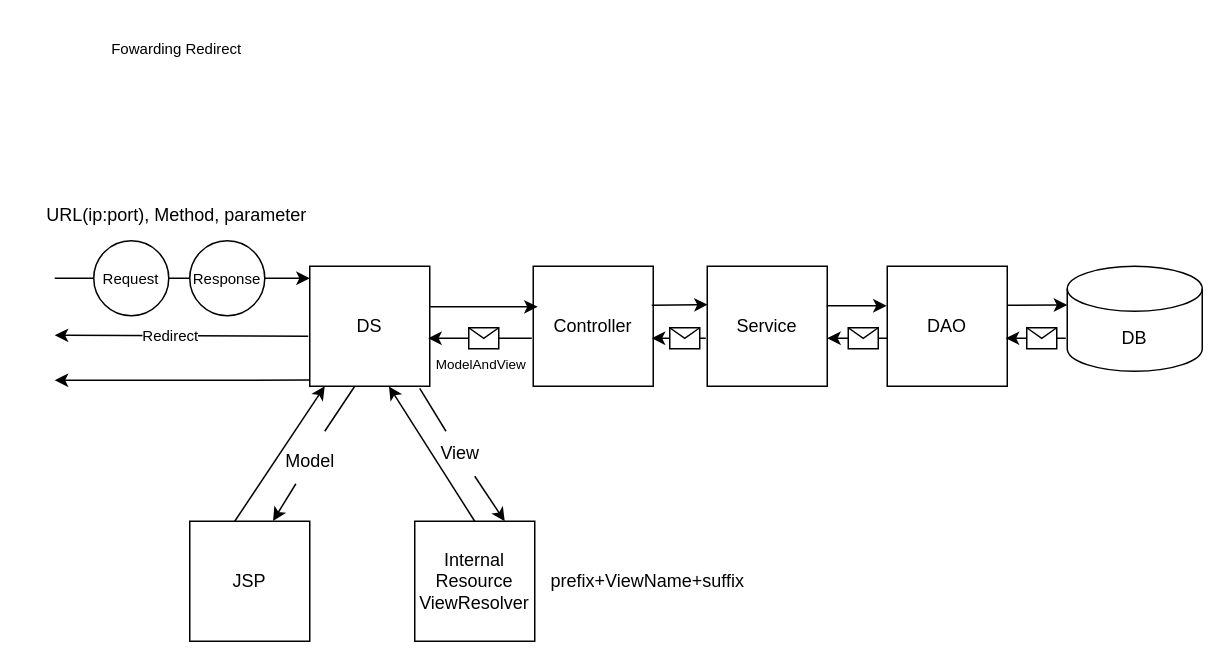
This is page "페이지-1" (1 of 2) of 제목 없는 다이어그램.drawio from zinny912/GDJ60_Spring2, a draw.io file, before an edit. Source tidied: cells renumbered, new cells numbered last; positions are measured from the earlier drawing's top-left corner, leaving out a move shared by most shapes. Both pictures are drawn from the tidied source at 150%, with x=0, y=0 at pixel (26, 26).
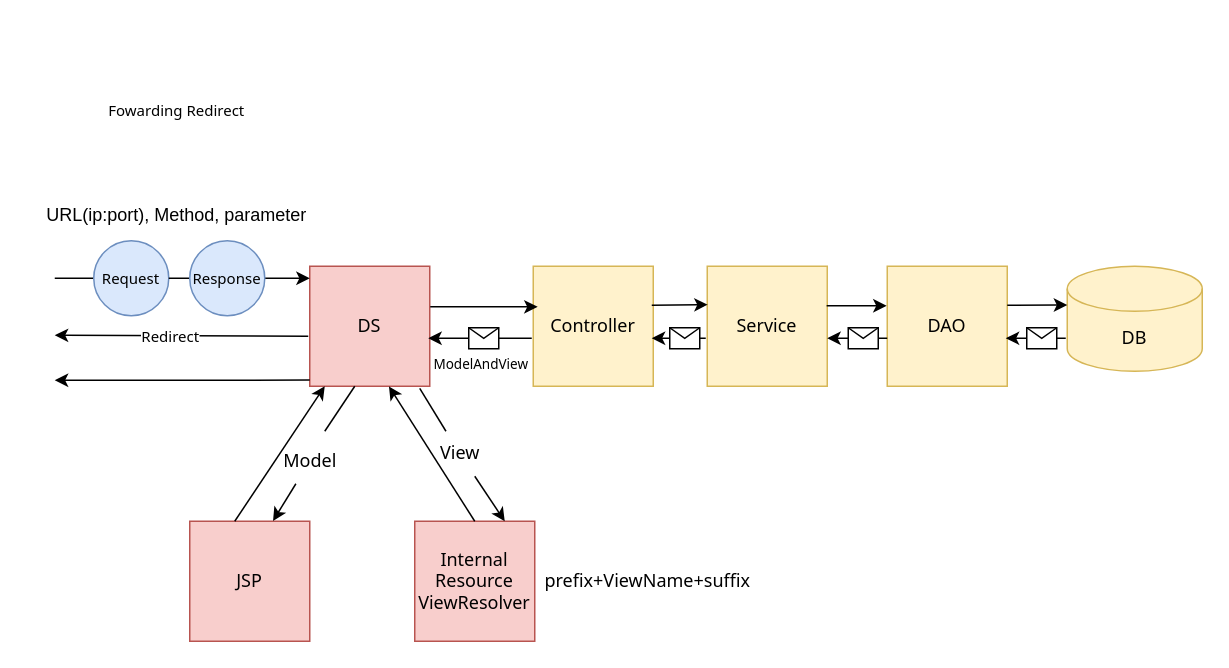
The same page after the edit.

Commit message:
제목 없는 다이어그램.drawio 업데이트

Change to the diagram source:
```diff
@@
-    <mxCell id="2" value="DB" style="shape=cylinder3;whiteSpace=wrap;html=1;boundedLbl=1;backgroundOutline=1;size=15;" parent="1" vertex="1">
+    <mxCell id="2" value="DB" style="shape=cylinder3;whiteSpace=wrap;html=1;boundedLbl=1;backgroundOutline=1;size=15;fillColor=#fff2cc;strokeColor=#d6b656;fontFamily=Tahoma;fontColor=#000000;" parent="1" vertex="1">
       <mxGeometry x="694" y="160" width="90" height="70" as="geometry" />
     </mxCell>
-    <mxCell id="3" value="DAO" style="whiteSpace=wrap;html=1;" parent="1" vertex="1">
+    <mxCell id="3" value="DAO" style="whiteSpace=wrap;html=1;fillColor=#fff2cc;strokeColor=#d6b656;fontFamily=Tahoma;fontColor=#000000;" parent="1" vertex="1">
       <mxGeometry x="574" y="160" width="80" height="80" as="geometry" />
     </mxCell>
-    <mxCell id="4" value="Service" style="whiteSpace=wrap;html=1;" parent="1" vertex="1">
+    <mxCell id="4" value="Service" style="whiteSpace=wrap;html=1;fillColor=#fff2cc;strokeColor=#d6b656;fontFamily=Tahoma;fontColor=#000000;" parent="1" vertex="1">
       <mxGeometry x="454" y="160" width="80" height="80" as="geometry" />
     </mxCell>
-    <mxCell id="5" value="Controller" style="whiteSpace=wrap;html=1;" parent="1" vertex="1">
+    <mxCell id="5" value="Controller" style="whiteSpace=wrap;html=1;fillColor=#fff2cc;strokeColor=#d6b656;fontFamily=Tahoma;fontColor=#000000;" parent="1" vertex="1">
       <mxGeometry x="338" y="160" width="80" height="80" as="geometry" />
     </mxCell>
-    <mxCell id="6" value="JSP" style="whiteSpace=wrap;html=1;" parent="1" vertex="1">
+    <mxCell id="6" value="JSP" style="whiteSpace=wrap;html=1;fillColor=#f8cecc;strokeColor=#b85450;fontFamily=Tahoma;fontColor=#000000;" parent="1" vertex="1">
       <mxGeometry x="109" y="330" width="80" height="80" as="geometry" />
     </mxCell>
-    <mxCell id="7" value="DS" style="whiteSpace=wrap;html=1;" parent="1" vertex="1">
+    <mxCell id="7" value="DS" style="whiteSpace=wrap;html=1;fillColor=#f8cecc;strokeColor=#b85450;fontFamily=Tahoma;fontColor=#000000;" parent="1" vertex="1">
       <mxGeometry x="189" y="160" width="80" height="80" as="geometry" />
     </mxCell>
-    <mxCell id="8" value="Internal&lt;br&gt;Resource&lt;br&gt;ViewResolver" style="whiteSpace=wrap;html=1;" parent="1" vertex="1">
+    <mxCell id="8" value="Internal&lt;br&gt;Resource&lt;br&gt;ViewResolver" style="whiteSpace=wrap;html=1;fillColor=#f8cecc;strokeColor=#b85450;fontFamily=Tahoma;fontColor=#000000;" parent="1" vertex="1">
       <mxGeometry x="259" y="330" width="80" height="80" as="geometry" />
     </mxCell>
-    <mxCell id="9" style="endArrow=classic;html=1;rounded=0;entryX=0.004;entryY=0.32;entryDx=0;entryDy=0;entryPerimeter=0;" parent="1" edge="1" target="4">
+    <mxCell id="9" style="endArrow=classic;html=1;rounded=0;entryX=0.004;entryY=0.32;entryDx=0;entryDy=0;entryPerimeter=0;fontFamily=Tahoma;fontColor=#000000;" parent="1" edge="1" target="4">
       <mxGeometry relative="1" as="geometry">
         <mxPoint x="417" y="186" as="sourcePoint" />
       </mxGeometry>
     </mxCell>
-    <mxCell id="10" style="endArrow=classic;html=1;rounded=0;entryX=-0.005;entryY=0.329;entryDx=0;entryDy=0;entryPerimeter=0;exitX=0.995;exitY=0.329;exitDx=0;exitDy=0;exitPerimeter=0;" parent="1" edge="1" source="4" target="3">
+    <mxCell id="10" style="endArrow=classic;html=1;rounded=0;entryX=-0.005;entryY=0.329;entryDx=0;entryDy=0;entryPerimeter=0;exitX=0.995;exitY=0.329;exitDx=0;exitDy=0;exitPerimeter=0;fontFamily=Tahoma;fontColor=#000000;" parent="1" edge="1" source="4" target="3">
       <mxGeometry relative="1" as="geometry" />
     </mxCell>
-    <mxCell id="11" style="endArrow=classic;html=1;rounded=0;" parent="1" edge="1">
+    <mxCell id="11" style="endArrow=classic;html=1;rounded=0;fontFamily=Tahoma;fontColor=#000000;" parent="1" edge="1">
       <mxGeometry relative="1" as="geometry">
         <mxPoint x="654" y="186" as="sourcePoint" />
         <mxPoint x="694" y="185.8" as="targetPoint" />
       </mxGeometry>
     </mxCell>
-    <mxCell id="12" style="endArrow=classic;html=1;rounded=0;" parent="1" edge="1">
+    <mxCell id="12" style="endArrow=classic;html=1;rounded=0;fontFamily=Tahoma;fontColor=#000000;" parent="1" edge="1">
       <mxGeometry relative="1" as="geometry">
         <mxPoint x="693" y="208" as="sourcePoint" />
         <mxPoint x="653" y="208" as="targetPoint" />
         <Array as="points">
           <mxPoint x="693" y="208" />
         </Array>
       </mxGeometry>
     </mxCell>
-    <mxCell id="13" style="shape=message;html=1;" parent="12" vertex="1">
+    <mxCell id="13" style="shape=message;html=1;fontFamily=Tahoma;fontColor=#000000;" parent="12" vertex="1">
       <mxGeometry width="20" height="14" relative="1" as="geometry">
         <mxPoint x="-6" y="-7" as="offset" />
       </mxGeometry>
     </mxCell>
-    <mxCell id="14" style="endArrow=classic;html=1;rounded=0;" parent="1" edge="1">
+    <mxCell id="14" style="endArrow=classic;html=1;rounded=0;fontFamily=Tahoma;fontColor=#000000;" parent="1" edge="1">
       <mxGeometry relative="1" as="geometry">
         <mxPoint x="574" y="208" as="sourcePoint" />
         <mxPoint x="534" y="208" as="targetPoint" />
         <Array as="points">
           <mxPoint x="574" y="208" />
         </Array>
       </mxGeometry>
     </mxCell>
-    <mxCell id="15" style="shape=message;html=1;" parent="14" vertex="1">
+    <mxCell id="15" style="shape=message;html=1;fontFamily=Tahoma;fontColor=#000000;" parent="14" vertex="1">
       <mxGeometry width="20" height="14" relative="1" as="geometry">
         <mxPoint x="-6" y="-7" as="offset" />
       </mxGeometry>
     </mxCell>
-    <mxCell id="16" style="endArrow=classic;html=1;rounded=0;" parent="1" edge="1">
+    <mxCell id="16" style="endArrow=classic;html=1;rounded=0;fontFamily=Tahoma;fontColor=#000000;" parent="1" edge="1">
       <mxGeometry relative="1" as="geometry">
         <mxPoint x="453" y="208" as="sourcePoint" />
         <mxPoint x="417" y="208" as="targetPoint" />
         <Array as="points">
           <mxPoint x="453" y="208" />
         </Array>
       </mxGeometry>
     </mxCell>
-    <mxCell id="17" style="shape=message;html=1;" parent="16" vertex="1">
+    <mxCell id="17" style="shape=message;html=1;fontFamily=Tahoma;fontColor=#000000;" parent="16" vertex="1">
       <mxGeometry width="20" height="14" relative="1" as="geometry">
         <mxPoint x="-6" y="-7" as="offset" />
       </mxGeometry>
     </mxCell>
-    <mxCell id="18" style="endArrow=classic;html=1;rounded=0;entryX=0.037;entryY=0.338;entryDx=0;entryDy=0;entryPerimeter=0;exitX=1.004;exitY=0.338;exitDx=0;exitDy=0;exitPerimeter=0;" parent="1" edge="1" source="7" target="5">
+    <mxCell id="18" style="endArrow=classic;html=1;rounded=0;entryX=0.037;entryY=0.338;entryDx=0;entryDy=0;entryPerimeter=0;exitX=1.004;exitY=0.338;exitDx=0;exitDy=0;exitPerimeter=0;fontFamily=Tahoma;fontColor=#000000;" parent="1" edge="1" source="7" target="5">
       <mxGeometry relative="1" as="geometry" />
     </mxCell>
-    <mxCell id="19" style="endArrow=classic;html=1;rounded=0;entryX=0.987;entryY=0.613;entryDx=0;entryDy=0;entryPerimeter=0;" parent="1" edge="1">
+    <mxCell id="19" style="endArrow=classic;html=1;rounded=0;entryX=0.987;entryY=0.613;entryDx=0;entryDy=0;entryPerimeter=0;fontFamily=Tahoma;fontColor=#000000;" parent="1" edge="1">
       <mxGeometry relative="1" as="geometry">
         <mxPoint x="329" y="208" as="sourcePoint" />
         <mxPoint x="268" y="208" as="targetPoint" />
         <Array as="points">
           <mxPoint x="337" y="208" />
           <mxPoint x="329" y="208" />
         </Array>
       </mxGeometry>
     </mxCell>
-    <mxCell id="20" style="shape=message;html=1;" parent="19" vertex="1">
+    <mxCell id="20" style="shape=message;html=1;fontFamily=Tahoma;fontColor=#000000;" parent="19" vertex="1">
       <mxGeometry width="20" height="14" relative="1" as="geometry">
         <mxPoint x="-11" y="-7" as="offset" />
       </mxGeometry>
     </mxCell>
-    <mxCell id="21" value="&lt;font style=&quot;font-size: 9px;&quot;&gt;ModelAndView&lt;/font&gt;" style="text;html=1;align=center;verticalAlign=middle;points=[];strokeColor=none;fillColor=none;" parent="1" vertex="1">
+    <mxCell id="21" value="&lt;font style=&quot;font-size: 9px;&quot;&gt;ModelAndView&lt;/font&gt;" style="text;html=1;align=center;verticalAlign=middle;points=[];strokeColor=none;fillColor=none;fontFamily=Tahoma;fontColor=#000000;" parent="1" vertex="1">
       <mxGeometry x="258" y="210" width="90" height="30" as="geometry" />
     </mxCell>
-    <mxCell id="22" style="endArrow=classic;html=1;rounded=0;entryX=0.75;entryY=0;entryDx=0;entryDy=0;startArrow=none;" parent="1" edge="1" source="28" target="8">
+    <mxCell id="22" style="endArrow=classic;html=1;rounded=0;entryX=0.75;entryY=0;entryDx=0;entryDy=0;startArrow=none;fontFamily=Tahoma;fontColor=#000000;" parent="1" edge="1" source="28" target="8">
       <mxGeometry relative="1" as="geometry" />
     </mxCell>
-    <mxCell id="23" style="endArrow=classic;html=1;rounded=0;exitX=0.5;exitY=0;exitDx=0;exitDy=0;entryX=0.66;entryY=1.001;entryDx=0;entryDy=0;entryPerimeter=0;" parent="1" edge="1" source="8" target="7">
+    <mxCell id="23" style="endArrow=classic;html=1;rounded=0;exitX=0.5;exitY=0;exitDx=0;exitDy=0;entryX=0.66;entryY=1.001;entryDx=0;entryDy=0;entryPerimeter=0;fontFamily=Tahoma;fontColor=#000000;" parent="1" edge="1" source="8" target="7">
       <mxGeometry relative="1" as="geometry" />
     </mxCell>
-    <mxCell id="24" style="endArrow=classic;html=1;rounded=0;startArrow=none;entryX=0.694;entryY=-0.003;entryDx=0;entryDy=0;entryPerimeter=0;" parent="1" edge="1" source="26" target="6">
+    <mxCell id="24" style="endArrow=classic;html=1;rounded=0;startArrow=none;entryX=0.694;entryY=-0.003;entryDx=0;entryDy=0;entryPerimeter=0;fontFamily=Tahoma;fontColor=#000000;" parent="1" edge="1" source="26" target="6">
       <mxGeometry relative="1" as="geometry" />
     </mxCell>
-    <mxCell id="25" style="endArrow=none;html=1;rounded=0;" parent="1" edge="1">
+    <mxCell id="25" style="endArrow=none;html=1;rounded=0;fontFamily=Tahoma;fontColor=#000000;" parent="1" edge="1">
       <mxGeometry relative="1" as="geometry">
         <mxPoint x="219" y="240" as="sourcePoint" />
         <mxPoint x="199" y="270" as="targetPoint" />
       </mxGeometry>
     </mxCell>
-    <mxCell id="26" value="Model" style="text;html=1;align=center;verticalAlign=middle;points=[];strokeColor=none;fillColor=none;" parent="1" vertex="1">
-      <mxGeometry x="159" y="275" width="60" height="30" as="geometry" />
+    <mxCell id="26" value="Model" style="text;html=1;align=center;verticalAlign=middle;points=[];strokeColor=none;fillColor=none;fontFamily=Tahoma;fontColor=#000000;" parent="1" vertex="1">
+      <mxGeometry x="164" y="275" width="50" height="30" as="geometry" />
     </mxCell>
-    <mxCell id="27" style="endArrow=none;html=1;rounded=0;exitX=0.048;exitY=1.049;exitDx=0;exitDy=0;exitPerimeter=0;" parent="1" edge="1" source="21" target="28">
+    <mxCell id="27" style="endArrow=none;html=1;rounded=0;exitX=0.048;exitY=1.049;exitDx=0;exitDy=0;exitPerimeter=0;fontFamily=Tahoma;fontColor=#000000;" parent="1" edge="1" source="21" target="28">
       <mxGeometry relative="1" as="geometry" />
     </mxCell>
-    <mxCell id="28" value="View" style="text;html=1;align=center;verticalAlign=middle;points=[];strokeColor=none;fillColor=none;" parent="1" vertex="1">
+    <mxCell id="28" value="View" style="text;html=1;align=center;verticalAlign=middle;points=[];strokeColor=none;fillColor=none;fontFamily=Tahoma;fontColor=#000000;" parent="1" vertex="1">
       <mxGeometry x="264" y="270" width="50" height="30" as="geometry" />
     </mxCell>
-    <mxCell id="29" style="endArrow=classic;html=1;rounded=0;exitX=0.25;exitY=0;exitDx=0;exitDy=0;" parent="1" edge="1">
+    <mxCell id="29" style="endArrow=classic;html=1;rounded=0;exitX=0.25;exitY=0;exitDx=0;exitDy=0;fontFamily=Tahoma;fontColor=#000000;" parent="1" edge="1">
       <mxGeometry relative="1" as="geometry">
         <mxPoint x="139" y="330" as="sourcePoint" />
         <mxPoint x="199" y="240" as="targetPoint" />
       </mxGeometry>
     </mxCell>
-    <mxCell id="30" value="prefix+ViewName+suffix" style="text;html=1;align=center;verticalAlign=middle;strokeColor=none;fillColor=none;" parent="1" vertex="1">
+    <mxCell id="30" value="prefix+ViewName+suffix" style="text;html=1;align=center;verticalAlign=middle;strokeColor=none;fillColor=none;fontFamily=Tahoma;fontColor=#000000;" parent="1" vertex="1">
       <mxGeometry x="339" y="355" width="150" height="30" as="geometry" />
     </mxCell>
-    <mxCell id="31" style="endArrow=classic;html=1;rounded=0;startArrow=none;" parent="1" edge="1" source="36">
+    <mxCell id="31" style="endArrow=classic;html=1;rounded=0;startArrow=none;fontFamily=Tahoma;fontColor=#000000;" parent="1" edge="1" source="36">
       <mxGeometry relative="1" as="geometry">
         <mxPoint x="189" y="168" as="targetPoint" />
       </mxGeometry>
     </mxCell>
@@
-    <mxCell id="33" style="endArrow=none;html=1;rounded=0;entryX=0;entryY=0.5;entryDx=0;entryDy=0;" parent="1" edge="1" target="34">
+    <mxCell id="33" style="endArrow=none;html=1;rounded=0;entryX=0;entryY=0.5;entryDx=0;entryDy=0;fontFamily=Tahoma;fontColor=#000000;" parent="1" edge="1" target="34">
       <mxGeometry relative="1" as="geometry">
         <mxPoint x="19" y="168" as="sourcePoint" />
       </mxGeometry>
     </mxCell>
-    <mxCell id="34" value="&lt;font style=&quot;font-size: 10px;&quot;&gt;Request&lt;/font&gt;" style="ellipse;whiteSpace=wrap;html=1;" parent="1" vertex="1">
+    <mxCell id="34" value="&lt;font style=&quot;font-size: 10px;&quot;&gt;Request&lt;/font&gt;" style="ellipse;whiteSpace=wrap;html=1;fillColor=#dae8fc;strokeColor=#6c8ebf;fontFamily=Tahoma;fontColor=#000000;" parent="1" vertex="1">
       <mxGeometry x="45" y="143" width="50" height="50" as="geometry" />
     </mxCell>
-    <mxCell id="35" style="endArrow=none;html=1;rounded=0;entryX=0;entryY=0.5;entryDx=0;entryDy=0;startArrow=none;" parent="1" edge="1" source="34" target="36">
+    <mxCell id="35" style="endArrow=none;html=1;rounded=0;entryX=0;entryY=0.5;entryDx=0;entryDy=0;startArrow=none;fontFamily=Tahoma;fontColor=#000000;" parent="1" edge="1" source="34" target="36">
       <mxGeometry relative="1" as="geometry" />
     </mxCell>
-    <mxCell id="36" value="&lt;font style=&quot;font-size: 10px;&quot;&gt;Response&lt;/font&gt;" style="ellipse;whiteSpace=wrap;html=1;" parent="1" vertex="1">
+    <mxCell id="36" value="&lt;font style=&quot;font-size: 10px;&quot;&gt;Response&lt;/font&gt;" style="ellipse;whiteSpace=wrap;html=1;fillColor=#dae8fc;strokeColor=#6c8ebf;fontFamily=Tahoma;fontColor=#000000;" parent="1" vertex="1">
       <mxGeometry x="109" y="143" width="50" height="50" as="geometry" />
     </mxCell>
-    <mxCell id="37" style="endArrow=classic;html=1;rounded=0;startArrow=none;exitX=-0.013;exitY=0.82;exitDx=0;exitDy=0;exitPerimeter=0;" parent="1" edge="1">
+    <mxCell id="37" style="endArrow=classic;html=1;rounded=0;startArrow=none;exitX=-0.013;exitY=0.82;exitDx=0;exitDy=0;exitPerimeter=0;fontFamily=Tahoma;fontColor=#000000;" parent="1" edge="1">
       <mxGeometry relative="1" as="geometry">
         <mxPoint x="188" y="206.6" as="sourcePoint" />
         <mxPoint x="19" y="206" as="targetPoint" />
       </mxGeometry>
     </mxCell>
-    <mxCell id="38" value="Redirect" style="edgeLabel;html=1;align=center;verticalAlign=middle;fontSize=10;" parent="37" vertex="1">
+    <mxCell id="38" value="Redirect" style="edgeLabel;html=1;align=center;verticalAlign=middle;fontSize=10;fontFamily=Tahoma;fontColor=#000000;" parent="37" vertex="1">
       <mxGeometry x="0.18" y="1" relative="1" as="geometry">
         <mxPoint x="8" y="-2" as="offset" />
       </mxGeometry>
     </mxCell>
-    <mxCell id="39" style="endArrow=classic;html=1;rounded=0;startArrow=none;exitX=-0.013;exitY=0.82;exitDx=0;exitDy=0;exitPerimeter=0;" parent="1" edge="1">
+    <mxCell id="39" style="endArrow=classic;html=1;rounded=0;startArrow=none;exitX=-0.013;exitY=0.82;exitDx=0;exitDy=0;exitPerimeter=0;fontFamily=Tahoma;fontColor=#000000;" parent="1" edge="1">
       <mxGeometry relative="1" as="geometry">
         <mxPoint x="189" y="235.9" as="sourcePoint" />
         <mxPoint x="19" y="236" as="targetPoint" />
       </mxGeometry>
     </mxCell>
-    <mxCell id="40" value="Fowarding Redirect" style="text;html=1;align=center;verticalAlign=middle;strokeColor=none;fillColor=none;fontSize=10;" parent="1" vertex="1">
-      <mxGeometry x="45" width="110" height="30" as="geometry" />
+    <mxCell id="40" value="Fowarding Redirect" style="text;html=1;align=center;verticalAlign=middle;strokeColor=none;fillColor=none;fontSize=10;fontFamily=Tahoma;fontColor=#000000;" parent="1" vertex="1">
+      <mxGeometry x="45" y="40" width="110" height="30" as="geometry" />
     </mxCell>
```
